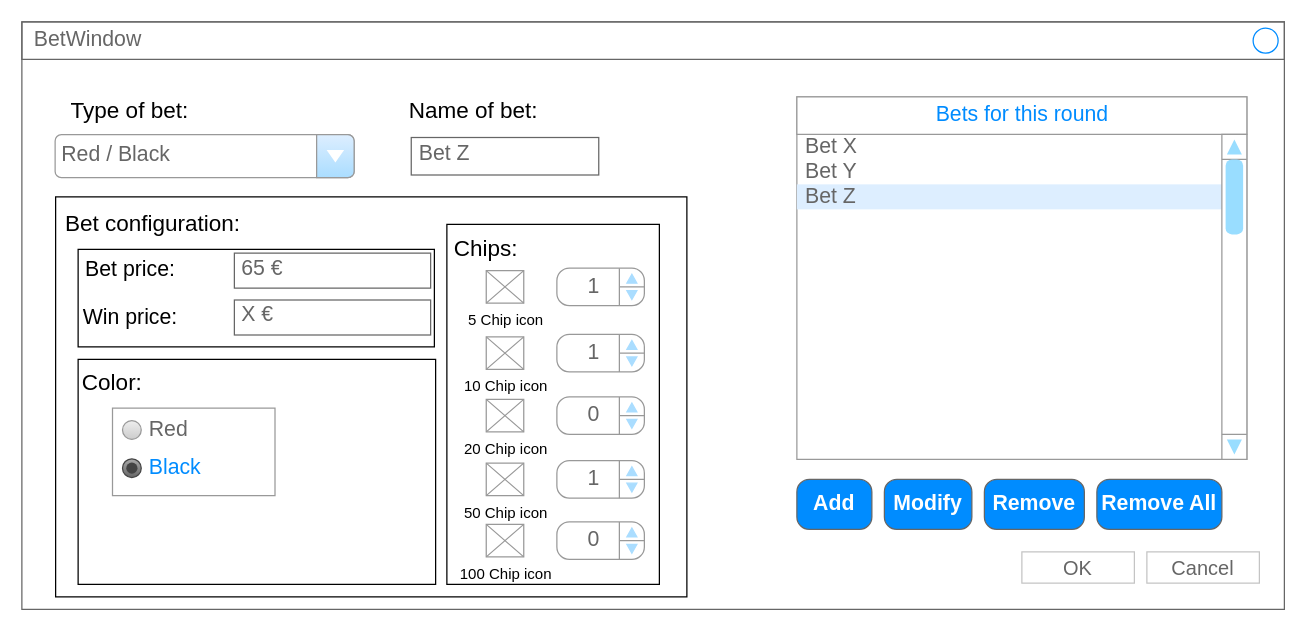
fonsecadh/cpm-seminar keeps this draw.io diagram as multimedia/betwindow.drawio. Above is the earlier version. Source tidied: cells renumbered, new cells numbered last; positions are measured from the earlier drawing's top-left corner, leaving out a move shared by most shapes. Both pictures are drawn from the tidied source at 125%, with x=0, y=0 at pixel (21, 21).
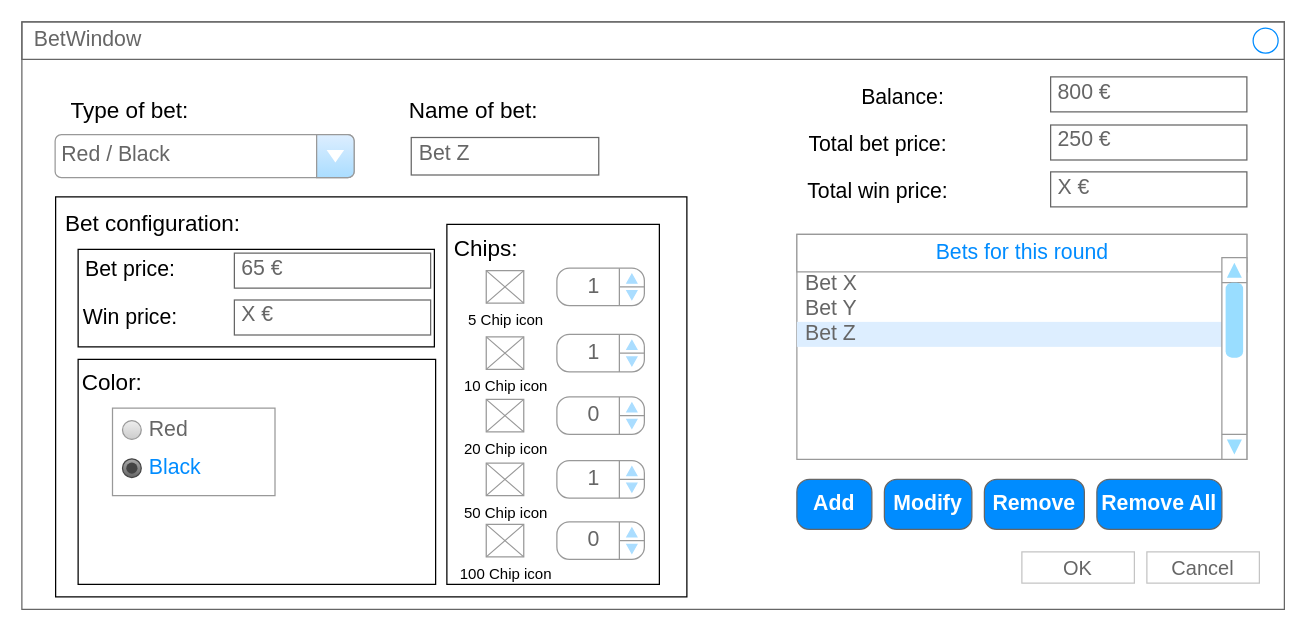
The same diagram, later.

Unchanged cells that the change refers to:
```xml
<mxCell id="2" style="strokeWidth=1;shadow=0;dashed=0;align=center;html=1;shape=mxgraph.mockup.containers.rrect;rSize=0;strokeColor=#666666;fontColor=#666666;fontSize=17;verticalAlign=top;whiteSpace=wrap;fillColor=#ffffff;spacingTop=32;" parent="1" vertex="1">
  <mxGeometry width="1010" height="470" as="geometry" />
</mxCell>
```

Change to the diagram source:
```diff
@@
     <mxCell id="34" style="strokeWidth=1;shadow=0;dashed=0;align=center;html=1;shape=mxgraph.mockup.forms.rrect;rSize=0;strokeColor=#999999;fillColor=#ffffff;" parent="2" vertex="1">
-      <mxGeometry x="620" y="60" width="360" height="290" as="geometry" />
+      <mxGeometry x="620" y="170" width="360" height="180" as="geometry" />
     </mxCell>
@@
     <mxCell id="40" style="verticalLabelPosition=bottom;shadow=0;dashed=0;align=center;html=1;verticalAlign=top;strokeWidth=1;shape=mxgraph.mockup.navigation.scrollBar;fillColor=#ffffff;strokeColor=#999999;barPos=100;fillColor2=#99ddff;strokeColor2=none;direction=north;" parent="34" vertex="1">
-      <mxGeometry x="340" y="30" width="20" height="260" as="geometry" />
+      <mxGeometry x="340" y="18.6" width="20" height="161.4" as="geometry" />
     </mxCell>
@@
+    <mxCell id="47" value="&lt;font style=&quot;font-size: 17px&quot;&gt;Total bet price:&lt;/font&gt;" style="text;html=1;strokeColor=none;fillColor=none;align=center;verticalAlign=middle;whiteSpace=wrap;rounded=0;" parent="2" vertex="1">
+      <mxGeometry x="620" y="83" width="130" height="31" as="geometry" />
+    </mxCell>
+    <mxCell id="48" value="250 €" style="strokeWidth=1;shadow=0;dashed=0;align=center;html=1;shape=mxgraph.mockup.text.textBox;fillColor=#ffffff;fontColor=#666666;align=left;fontSize=17;spacingLeft=4;spacingTop=-3;strokeColor=#666666;mainText=;" parent="2" vertex="1">
+      <mxGeometry x="823" y="82.5" width="157" height="28" as="geometry" />
+    </mxCell>
+    <mxCell id="49" value="&lt;font style=&quot;font-size: 17px&quot;&gt;Total win price:&lt;/font&gt;" style="text;html=1;strokeColor=none;fillColor=none;align=center;verticalAlign=middle;whiteSpace=wrap;rounded=0;" parent="2" vertex="1">
+      <mxGeometry x="620" y="120" width="130" height="31" as="geometry" />
+    </mxCell>
+    <mxCell id="50" value="X €" style="strokeWidth=1;shadow=0;dashed=0;align=center;html=1;shape=mxgraph.mockup.text.textBox;fillColor=#ffffff;fontColor=#666666;align=left;fontSize=17;spacingLeft=4;spacingTop=-3;strokeColor=#666666;mainText=;" parent="2" vertex="1">
+      <mxGeometry x="823" y="120" width="157" height="28" as="geometry" />
+    </mxCell>
+    <mxCell id="51" value="&lt;font style=&quot;font-size: 17px&quot;&gt;Balance:&lt;/font&gt;" style="text;html=1;strokeColor=none;fillColor=none;align=center;verticalAlign=middle;whiteSpace=wrap;rounded=0;" parent="2" vertex="1">
+      <mxGeometry x="660" y="45" width="90" height="31" as="geometry" />
+    </mxCell>
+    <mxCell id="52" value="800 €" style="strokeWidth=1;shadow=0;dashed=0;align=center;html=1;shape=mxgraph.mockup.text.textBox;fillColor=#ffffff;fontColor=#666666;align=left;fontSize=17;spacingLeft=4;spacingTop=-3;strokeColor=#666666;mainText=;" parent="2" vertex="1">
+      <mxGeometry x="823" y="44" width="157" height="28" as="geometry" />
+    </mxCell>
```
